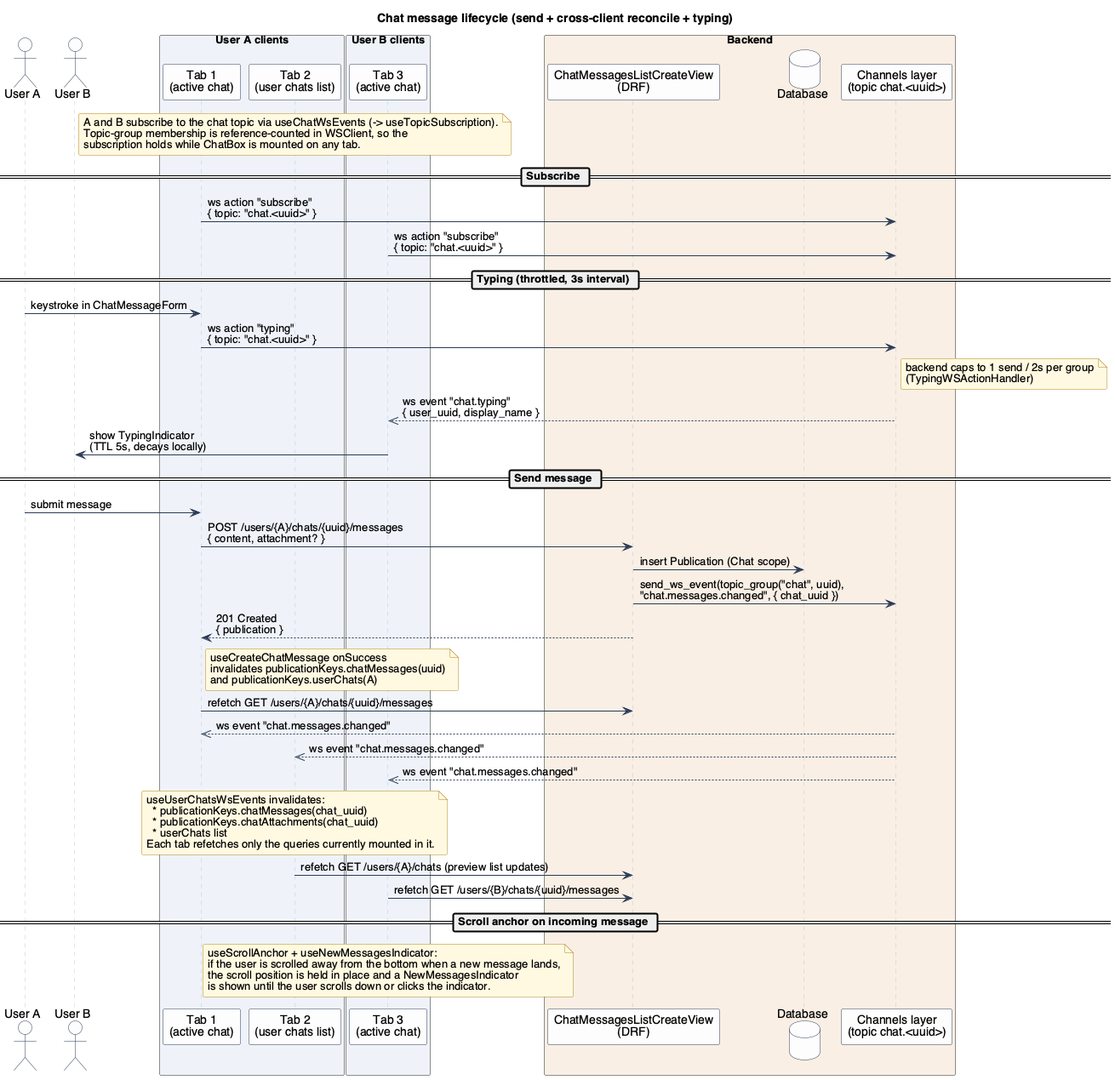
ddrddrr/musikk keeps this PlantUML diagram as text/diagrams/ChatLifecycle.png. Above is the earlier version. Source of this version:
```plantuml
@startuml ChatLifecycle

!include ../_style.puml

title Chat message lifecycle (send + cross-client reconcile + typing)

actor "User A" as user_a
actor "User B" as user_b

box "User A clients" #EEF2F8
participant "Tab 1\n(active chat)" as tab_a1
participant "Tab 2\n(user chats list)" as tab_a2
end box

box "User B clients" #EEF2F8
participant "Tab 3\n(active chat)" as tab_b
end box

box "Backend" #F8EFE5
participant "ChatMessagesListCreateView\n(DRF)" as view
database "Database" as db
participant "Channels layer\n(topic chat.<uuid>)" as channels
end box

note over tab_a1, tab_b
A and B subscribe to the chat topic via useChatWsEvents (-> useTopicSubscription).
Topic-group membership is reference-counted in WSClient, so the
subscription holds while ChatBox is mounted on any tab.
end note

== Subscribe ==
tab_a1 -> channels : ws action "subscribe"\n{ topic: "chat.<uuid>" }
tab_b -> channels : ws action "subscribe"\n{ topic: "chat.<uuid>" }

== Typing (throttled, 3s interval) ==
user_a -> tab_a1 : keystroke in ChatMessageForm
tab_a1 -> channels : ws action "typing"\n{ topic: "chat.<uuid>" }
note right of channels : backend caps to 1 send / 2s per group\n(TypingWSActionHandler)
channels -->> tab_b : ws event "chat.typing"\n{ user_uuid, display_name }
tab_b -> user_b : show TypingIndicator\n(TTL 5s, decays locally)

== Send message ==
user_a -> tab_a1 : submit message
tab_a1 -> view : POST /users/{A}/chats/{uuid}/messages\n{ content, attachment? }
view -> db : insert Publication (Chat scope)
view -> channels : send_ws_event(topic_group("chat", uuid),\n"chat.messages.changed", { chat_uuid })
view --> tab_a1 : 201 Created\n{ publication }
note right of tab_a1
useCreateChatMessage onSuccess
invalidates publicationKeys.chatMessages(uuid)
and publicationKeys.userChats(A)
end note
tab_a1 -> view : refetch GET /users/{A}/chats/{uuid}/messages

channels -->> tab_a1 : ws event "chat.messages.changed"
channels -->> tab_a2 : ws event "chat.messages.changed"
channels -->> tab_b : ws event "chat.messages.changed"

note over tab_a1, tab_b
useUserChatsWsEvents invalidates:
  * publicationKeys.chatMessages(chat_uuid)
  * publicationKeys.chatAttachments(chat_uuid)
  * userChats list
Each tab refetches only the queries currently mounted in it.
end note

tab_a2 -> view : refetch GET /users/{A}/chats (preview list updates)
tab_b -> view : refetch GET /users/{B}/chats/{uuid}/messages

== Scroll anchor on incoming message ==
note over tab_b
useScrollAnchor + useNewMessagesIndicator:
if the user is scrolled away from the bottom when a new message lands,
the scroll position is held in place and a NewMessagesIndicator
is shown until the user scrolls down or clicks the indicator.
end note

@enduml
```
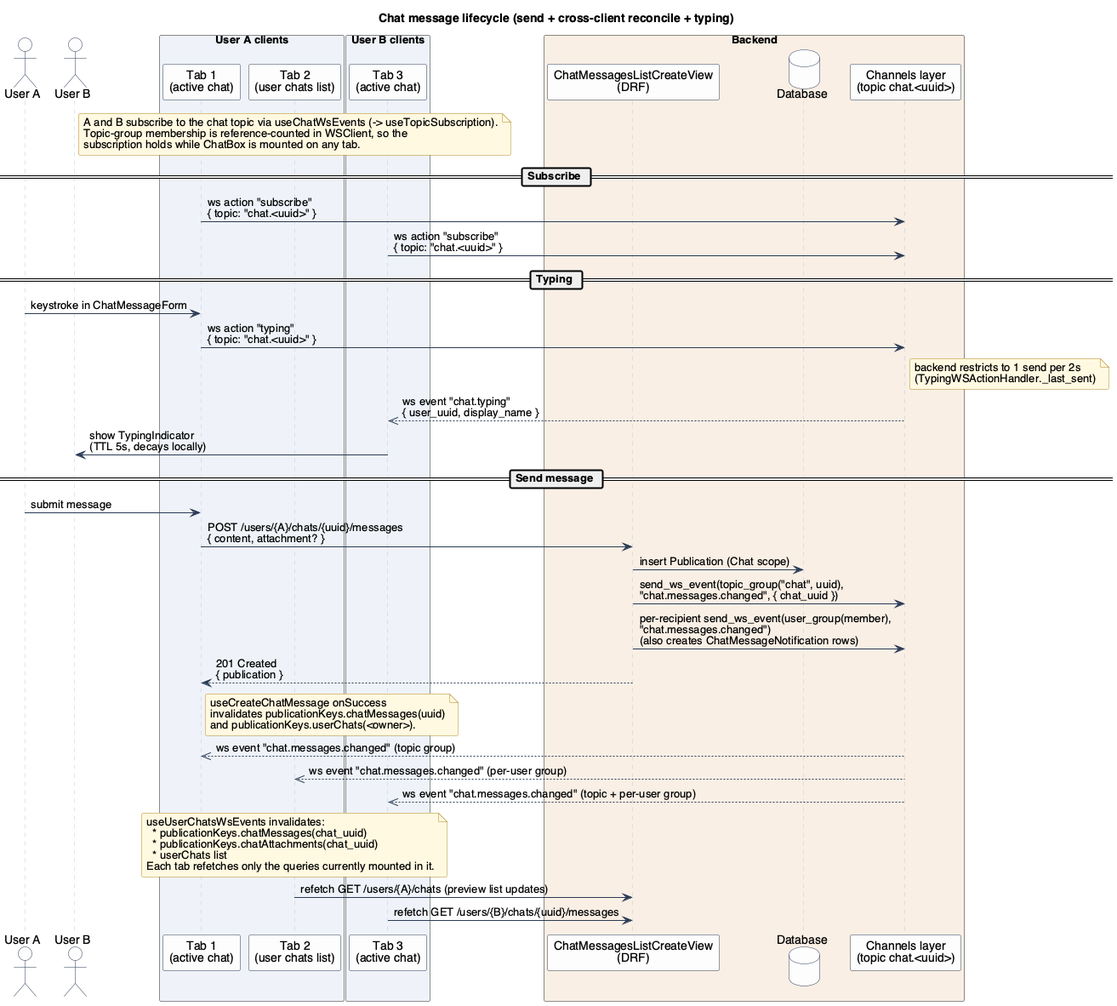
Later version of the same file.

Change to the diagram source:
```diff
@@ -32,10 +32,10 @@
 tab_a1 -> channels : ws action "subscribe"\n{ topic: "chat.<uuid>" }
 tab_b -> channels : ws action "subscribe"\n{ topic: "chat.<uuid>" }
 
-== Typing (throttled, 3s interval) ==
+== Typing ==
 user_a -> tab_a1 : keystroke in ChatMessageForm
 tab_a1 -> channels : ws action "typing"\n{ topic: "chat.<uuid>" }
-note right of channels : backend caps to 1 send / 2s per group\n(TypingWSActionHandler)
+note right of channels : backend restricts to 1 send per 2s\n(TypingWSActionHandler._last_sent)
 channels -->> tab_b : ws event "chat.typing"\n{ user_uuid, display_name }
 tab_b -> user_b : show TypingIndicator\n(TTL 5s, decays locally)
 
@@ -44,17 +44,17 @@
 tab_a1 -> view : POST /users/{A}/chats/{uuid}/messages\n{ content, attachment? }
 view -> db : insert Publication (Chat scope)
 view -> channels : send_ws_event(topic_group("chat", uuid),\n"chat.messages.changed", { chat_uuid })
+view -> channels : per-recipient send_ws_event(user_group(member),\n"chat.messages.changed")\n(also creates ChatMessageNotification rows)
 view --> tab_a1 : 201 Created\n{ publication }
 note right of tab_a1
 useCreateChatMessage onSuccess
 invalidates publicationKeys.chatMessages(uuid)
-and publicationKeys.userChats(A)
+and publicationKeys.userChats(<owner>).
 end note
-tab_a1 -> view : refetch GET /users/{A}/chats/{uuid}/messages
 
-channels -->> tab_a1 : ws event "chat.messages.changed"
-channels -->> tab_a2 : ws event "chat.messages.changed"
-channels -->> tab_b : ws event "chat.messages.changed"
+channels -->> tab_a1 : ws event "chat.messages.changed" (topic group)
+channels -->> tab_a2 : ws event "chat.messages.changed" (per-user group)
+channels -->> tab_b : ws event "chat.messages.changed" (topic + per-user group)
 
 note over tab_a1, tab_b
 useUserChatsWsEvents invalidates:
@@ -67,12 +67,5 @@
 tab_a2 -> view : refetch GET /users/{A}/chats (preview list updates)
 tab_b -> view : refetch GET /users/{B}/chats/{uuid}/messages
 
-== Scroll anchor on incoming message ==
-note over tab_b
-useScrollAnchor + useNewMessagesIndicator:
-if the user is scrolled away from the bottom when a new message lands,
-the scroll position is held in place and a NewMessagesIndicator
-is shown until the user scrolls down or clicks the indicator.
-end note
 
 @enduml
```
